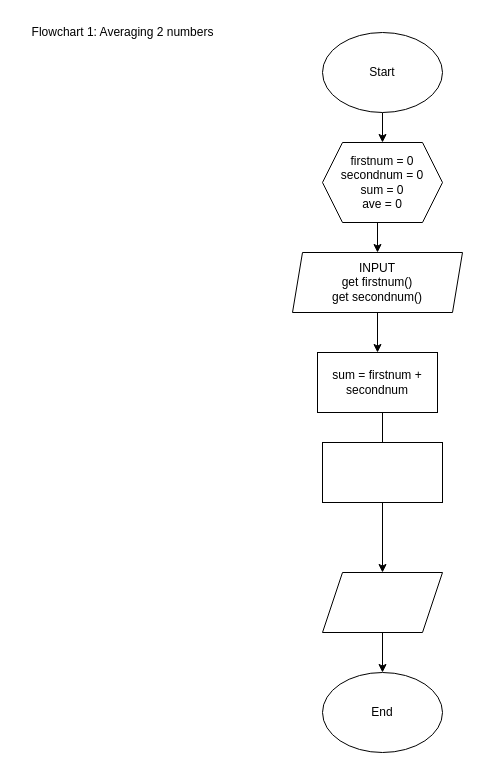
This is trial.drawio from RozielAmor/RozielAmor.github.io, a draw.io file, before an edit. Source tidied: cells renumbered, new cells numbered last; positions are measured from the earlier drawing's top-left corner, leaving out a move shared by most shapes. Both pictures are drawn from the tidied source at 100%, with x=0, y=0 at pixel (17, 17).
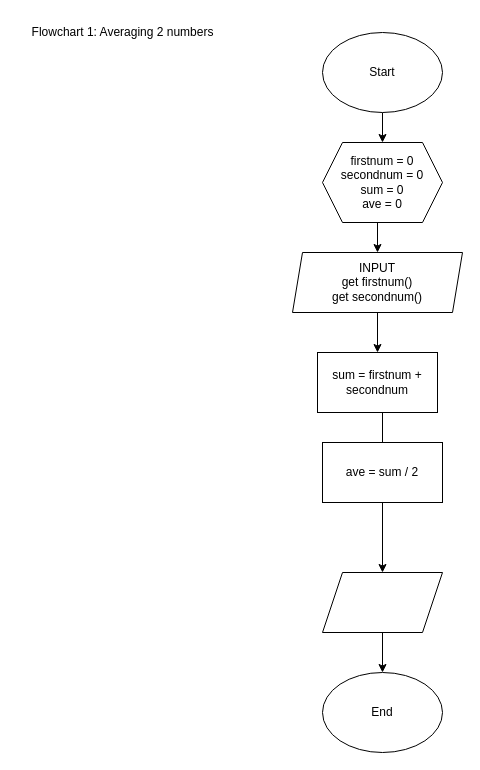
After the change.

The edit, as a diff of the source:
```diff
@@
 <mxGraphModel>
   <root>
     <mxCell id="0" />
     <mxCell id="1" parent="0" />
     <mxCell id="2" style="edgeStyle=orthogonalEdgeStyle;rounded=0;jettySize=auto;html=1;exitX=0.5;exitY=1;exitDx=0;exitDy=0;entryX=0.5;entryY=0;entryDx=0;entryDy=0;" parent="1" edge="1" source="3" target="6">
       <mxGeometry relative="1" as="geometry" />
     </mxCell>
     <mxCell id="3" value="Start" style="ellipse;whiteSpace=wrap;html=1;" parent="1" vertex="1">
       <mxGeometry x="305" y="15" width="120" height="80" as="geometry" />
     </mxCell>
     <mxCell id="4" value="End" style="ellipse;whiteSpace=wrap;html=1;" parent="1" vertex="1">
       <mxGeometry x="305" y="655" width="120" height="80" as="geometry" />
     </mxCell>
     <mxCell id="5" style="edgeStyle=orthogonalEdgeStyle;rounded=0;jettySize=auto;html=1;exitX=0.5;exitY=1;exitDx=0;exitDy=0;entryX=0.5;entryY=0;entryDx=0;entryDy=0;" parent="1" edge="1" source="6" target="8">
       <mxGeometry relative="1" as="geometry" />
     </mxCell>
     <mxCell id="6" value="firstnum = 0&lt;br&gt;secondnum = 0&lt;br&gt;sum = 0&lt;br&gt;ave = 0" style="shape=hexagon;perimeter=hexagonPerimeter2;whiteSpace=wrap;html=1;fixedSize=1;" parent="1" vertex="1">
       <mxGeometry x="305" y="125" width="120" height="80" as="geometry" />
     </mxCell>
     <mxCell id="7" style="edgeStyle=orthogonalEdgeStyle;rounded=0;jettySize=auto;html=1;exitX=0.5;exitY=1;exitDx=0;exitDy=0;entryX=0.5;entryY=0;entryDx=0;entryDy=0;" parent="1" edge="1" source="8" target="10">
       <mxGeometry relative="1" as="geometry" />
     </mxCell>
     <mxCell id="8" value="INPUT&lt;br&gt;get firstnum()&lt;br&gt;get secondnum()" style="shape=parallelogram;perimeter=parallelogramPerimeter;whiteSpace=wrap;html=1;fixedSize=1;size=10;" parent="1" vertex="1">
       <mxGeometry x="275" y="235" width="170" height="60" as="geometry" />
     </mxCell>
     <mxCell id="9" style="edgeStyle=orthogonalEdgeStyle;rounded=0;jettySize=auto;html=1;exitX=0.5;exitY=1;exitDx=0;exitDy=0;entryX=0.5;entryY=0;entryDx=0;entryDy=0;startArrow=none;" parent="1" edge="1" source="14" target="12">
       <mxGeometry relative="1" as="geometry" />
     </mxCell>
     <mxCell id="10" value="sum = firstnum + secondnum" style="rounded=0;whiteSpace=wrap;html=1;" parent="1" vertex="1">
       <mxGeometry x="300" y="335" width="120" height="60" as="geometry" />
     </mxCell>
     <mxCell id="11" style="edgeStyle=orthogonalEdgeStyle;rounded=0;jettySize=auto;html=1;exitX=0.5;exitY=1;exitDx=0;exitDy=0;entryX=0.5;entryY=0;entryDx=0;entryDy=0;" parent="1" edge="1" source="12" target="4">
       <mxGeometry relative="1" as="geometry" />
     </mxCell>
     <mxCell id="12" style="shape=parallelogram;perimeter=parallelogramPerimeter;whiteSpace=wrap;html=1;fixedSize=1;" parent="1" vertex="1">
       <mxGeometry x="305" y="555" width="120" height="60" as="geometry" />
     </mxCell>
     <mxCell id="13" style="edgeStyle=orthogonalEdgeStyle;rounded=0;jettySize=auto;html=1;exitX=0.5;exitY=1;exitDx=0;exitDy=0;entryX=0.5;entryY=0;entryDx=0;entryDy=0;endArrow=none;" parent="1" edge="1" source="10" target="14">
       <mxGeometry relative="1" as="geometry" />
     </mxCell>
-    <mxCell id="14" style="rounded=0;whiteSpace=wrap;html=1;" parent="1" vertex="1">
+    <mxCell id="14" value="ave = sum / 2" style="rounded=0;whiteSpace=wrap;html=1;" parent="1" vertex="1">
       <mxGeometry x="305" y="425" width="120" height="60" as="geometry" />
     </mxCell>
     <mxCell id="15" value="Flowchart 1: Averaging 2 numbers" style="text;html=1;align=center;verticalAlign=middle;strokeColor=none;fillColor=none;" parent="1" vertex="1">
       <mxGeometry width="210" height="30" as="geometry" />
     </mxCell>
   </root>
 </mxGraphModel>
```
